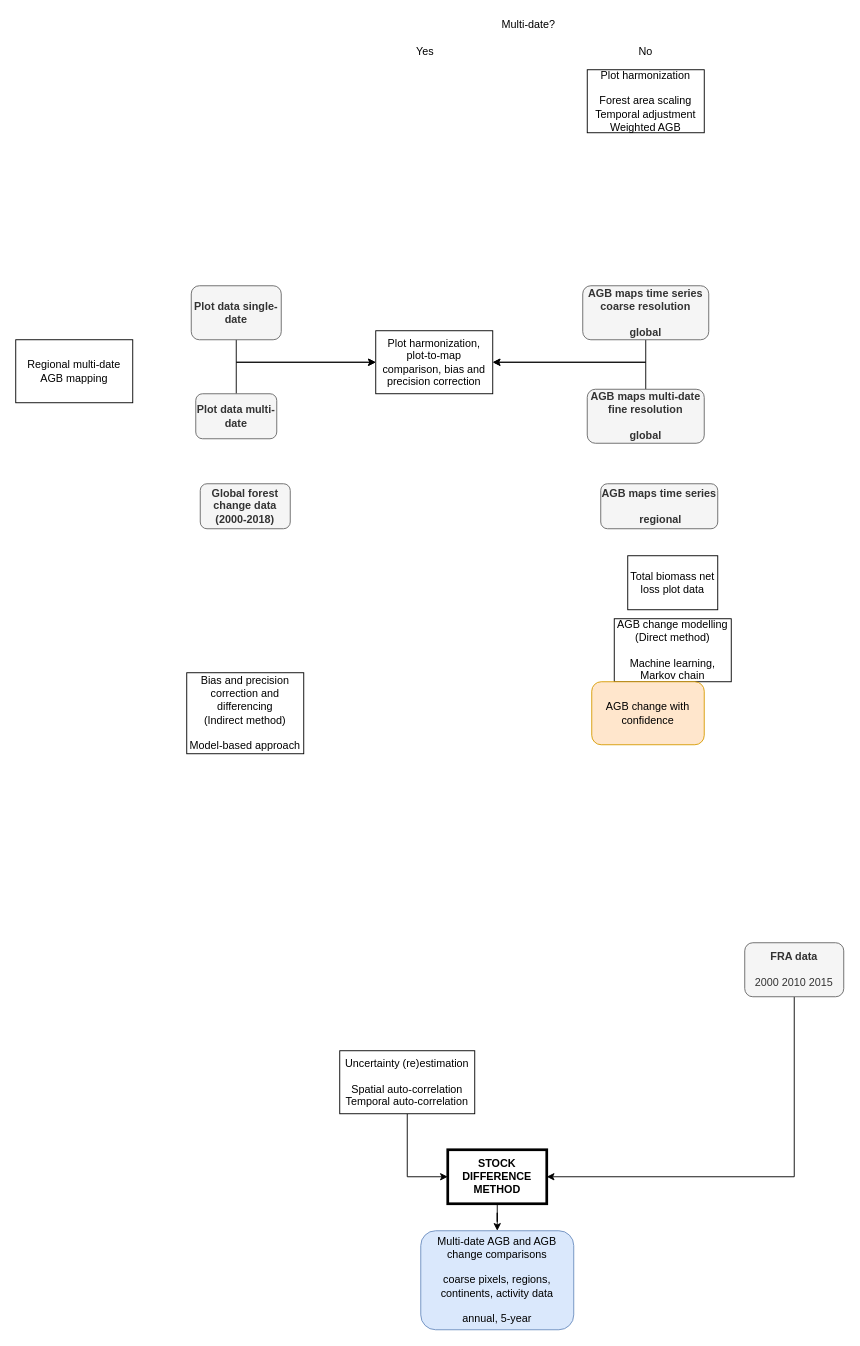
arnanaraza/diagrams keeps this draw.io diagram as AGBC_simple.drawio. Above is the earlier version. Source tidied: cells renumbered, new cells numbered last; positions are measured from the earlier drawing's top-left corner, leaving out a move shared by most shapes. Both pictures are drawn from the tidied source at 90%, with x=0, y=0 at pixel (15, 15).
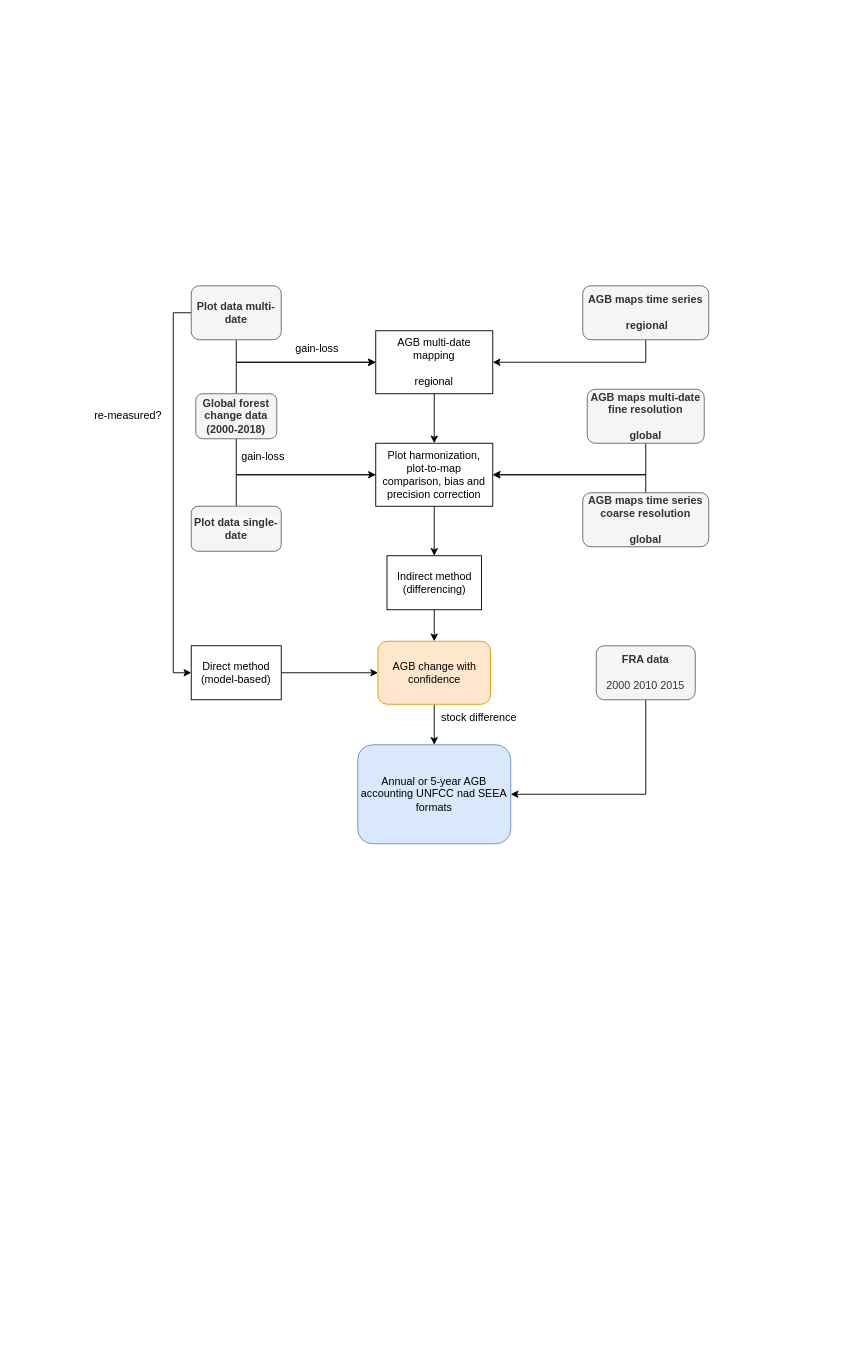
The same diagram, later.

Unchanged cells that the change refers to:
```xml
<mxCell id="27" value="&lt;b&gt;AGB maps multi-date &lt;br&gt;fine resolution&lt;br&gt;&lt;br&gt;global&lt;br&gt;&lt;/b&gt;" style="rounded=1;whiteSpace=wrap;html=1;fillColor=#f5f5f5;strokeColor=#666666;fontColor=#333333;" parent="1" vertex="1">
  <mxGeometry x="635" y="415" width="130" height="60" as="geometry" />
</mxCell>
```

What changed in the source:
```diff
@@
+    <mxCell id="29" style="edgeStyle=orthogonalEdgeStyle;rounded=0;jettySize=auto;html=1;exitX=1;exitY=0.5;exitDx=0;exitDy=0;entryX=0;entryY=0.5;entryDx=0;entryDy=0;endArrow=classic;endFill=1;" parent="1" edge="1" source="2" target="17">
+      <mxGeometry relative="1" as="geometry" />
+    </mxCell>
-    <mxCell id="2" value="AGB change modelling&lt;br&gt;(Direct method)&lt;br&gt;&lt;br&gt;Machine learning, Markov chain" style="rounded=0;whiteSpace=wrap;html=1;" parent="1" vertex="1">
-      <mxGeometry x="665" y="670" width="130" height="70" as="geometry" />
+    <mxCell id="2" value="Direct method (model-based)" style="rounded=0;whiteSpace=wrap;html=1;" parent="1" vertex="1">
+      <mxGeometry x="195" y="700" width="100" height="60" as="geometry" />
     </mxCell>
-    <mxCell id="3" value="&lt;b&gt;AGB maps time series&lt;br&gt;&lt;br&gt;&amp;nbsp;regional&lt;/b&gt;" style="rounded=1;whiteSpace=wrap;html=1;fillColor=#f5f5f5;strokeColor=#666666;fontColor=#333333;" parent="1" vertex="1">
-      <mxGeometry x="650" y="520" width="130" height="50" as="geometry" />
-    </mxCell>
+    <mxCell id="30" style="edgeStyle=orthogonalEdgeStyle;rounded=0;jettySize=auto;html=1;exitX=0.5;exitY=1;exitDx=0;exitDy=0;entryX=0.5;entryY=0;entryDx=0;entryDy=0;endArrow=classic;endFill=1;" parent="1" edge="1" source="4" target="17">
+      <mxGeometry relative="1" as="geometry" />
+    </mxCell>
-    <mxCell id="4" value="Bias and precision correction and differencing &lt;br&gt;(Indirect method)&lt;br&gt;&lt;br&gt;Model-based approach" style="rounded=0;whiteSpace=wrap;html=1;" parent="1" vertex="1">
-      <mxGeometry x="190" y="730" width="130" height="90" as="geometry" />
+    <mxCell id="4" value="Indirect method (differencing)" style="rounded=0;whiteSpace=wrap;html=1;" parent="1" vertex="1">
+      <mxGeometry x="412.5" y="600" width="105" height="60" as="geometry" />
     </mxCell>
@@
+    <mxCell id="31" style="edgeStyle=orthogonalEdgeStyle;rounded=0;jettySize=auto;html=1;exitX=0.5;exitY=1;exitDx=0;exitDy=0;entryX=0;entryY=0.5;entryDx=0;entryDy=0;endArrow=none;endFill=0;" parent="1" edge="1" source="6" target="22">
+      <mxGeometry relative="1" as="geometry" />
+    </mxCell>
-    <mxCell id="6" value="&lt;b&gt;Plot data multi-date&lt;/b&gt;" style="rounded=1;whiteSpace=wrap;html=1;fillColor=#f5f5f5;strokeColor=#666666;fontColor=#333333;" parent="1" vertex="1">
+    <mxCell id="6" value="&lt;b&gt;Global forest change data (2000-2018)&lt;/b&gt;" style="rounded=1;whiteSpace=wrap;html=1;fillColor=#f5f5f5;strokeColor=#666666;fontColor=#333333;" parent="1" vertex="1">
       <mxGeometry x="200" y="420" width="90" height="50" as="geometry" />
     </mxCell>
-    <mxCell id="7" style="edgeStyle=orthogonalEdgeStyle;rounded=0;jettySize=auto;html=1;exitX=0.5;exitY=1;exitDx=0;exitDy=0;entryX=1;entryY=0.5;entryDx=0;entryDy=0;" parent="1" edge="1" source="8" target="13">
-      <mxGeometry relative="1" as="geometry" />
-    </mxCell>
+    <mxCell id="32" style="edgeStyle=orthogonalEdgeStyle;rounded=0;jettySize=auto;html=1;exitX=0.5;exitY=1;exitDx=0;exitDy=0;entryX=1;entryY=0.5;entryDx=0;entryDy=0;endArrow=classic;endFill=1;" parent="1" edge="1" source="8" target="11">
+      <mxGeometry relative="1" as="geometry" />
+    </mxCell>
     <mxCell id="8" value="&lt;b&gt;FRA data&lt;br&gt;&lt;/b&gt;&lt;br&gt;2000 2010 2015" style="rounded=1;whiteSpace=wrap;html=1;fillColor=#f5f5f5;strokeColor=#666666;fontColor=#333333;" parent="1" vertex="1">
-      <mxGeometry x="810" y="1030" width="110" height="60" as="geometry" />
+      <mxGeometry x="645" y="700" width="110" height="60" as="geometry" />
     </mxCell>
-    <mxCell id="9" style="edgeStyle=orthogonalEdgeStyle;rounded=0;jettySize=auto;html=1;exitX=0.5;exitY=1;exitDx=0;exitDy=0;entryX=0;entryY=0.5;entryDx=0;entryDy=0;" parent="1" edge="1" source="10" target="13">
-      <mxGeometry relative="1" as="geometry" />
-    </mxCell>
-    <mxCell id="10" value="Uncertainty (re)estimation&lt;br&gt;&lt;br&gt;Spatial auto-correlation&lt;br&gt;Temporal auto-correlation" style="rounded=0;whiteSpace=wrap;html=1;" parent="1" vertex="1">
-      <mxGeometry x="360" y="1150" width="150" height="70" as="geometry" />
-    </mxCell>
-    <mxCell id="11" value="Multi-date AGB and AGB change comparisons&lt;br&gt;&lt;br&gt;coarse pixels, regions, continents, activity data&lt;br&gt;&lt;br&gt;annual, 5-year" style="rounded=1;whiteSpace=wrap;html=1;fillColor=#dae8fc;strokeColor=#6c8ebf;" parent="1" vertex="1">
-      <mxGeometry x="450" y="1350" width="170" height="110" as="geometry" />
+    <mxCell id="11" value="Annual or 5-year AGB accounting UNFCC nad SEEA formats" style="rounded=1;whiteSpace=wrap;html=1;fillColor=#dae8fc;strokeColor=#6c8ebf;" parent="1" vertex="1">
+      <mxGeometry x="380" y="810" width="170" height="110" as="geometry" />
     </mxCell>
-    <mxCell id="12" style="edgeStyle=orthogonalEdgeStyle;rounded=0;jettySize=auto;html=1;exitX=0.5;exitY=1;exitDx=0;exitDy=0;" parent="1" edge="1" source="13" target="11">
-      <mxGeometry relative="1" as="geometry" />
-    </mxCell>
-    <mxCell id="13" value="STOCK DIFFERENCE METHOD" style="rounded=0;whiteSpace=wrap;html=1;fontStyle=1;strokeWidth=3;" parent="1" vertex="1">
-      <mxGeometry x="480" y="1260" width="110" height="60" as="geometry" />
-    </mxCell>
-    <mxCell id="14" value="Plot harmonization&lt;br&gt;&lt;br&gt;Forest area scaling&lt;br&gt;Temporal adjustment&lt;br&gt;Weighted AGB" style="rounded=0;whiteSpace=wrap;html=1;" parent="1" vertex="1">
-      <mxGeometry x="635" y="60" width="130" height="70" as="geometry" />
-    </mxCell>
@@
+    <mxCell id="33" style="edgeStyle=orthogonalEdgeStyle;rounded=0;jettySize=auto;html=1;exitX=0;exitY=0.5;exitDx=0;exitDy=0;entryX=0;entryY=0.5;entryDx=0;entryDy=0;endArrow=classic;endFill=1;" parent="1" edge="1" source="16" target="2">
+      <mxGeometry relative="1" as="geometry" />
+    </mxCell>
-    <mxCell id="16" value="&lt;b&gt;Plot data single-date&lt;/b&gt;" style="rounded=1;whiteSpace=wrap;html=1;fillColor=#f5f5f5;strokeColor=#666666;fontColor=#333333;" parent="1" vertex="1">
+    <mxCell id="16" value="&lt;b style=&quot;font-family: &amp;#34;helvetica&amp;#34;&quot;&gt;Plot data multi-date&lt;/b&gt;" style="rounded=1;whiteSpace=wrap;html=1;fillColor=#f5f5f5;strokeColor=#666666;fontColor=#333333;" parent="1" vertex="1">
       <mxGeometry x="195" y="300" width="100" height="60" as="geometry" />
     </mxCell>
+    <mxCell id="34" style="edgeStyle=orthogonalEdgeStyle;rounded=0;jettySize=auto;html=1;exitX=0.5;exitY=1;exitDx=0;exitDy=0;entryX=0.5;entryY=0;entryDx=0;entryDy=0;endArrow=classic;endFill=1;" parent="1" edge="1" source="17" target="11">
+      <mxGeometry relative="1" as="geometry" />
+    </mxCell>
     <mxCell id="17" value="AGB change with confidence" style="rounded=1;whiteSpace=wrap;html=1;fillColor=#ffe6cc;strokeColor=#d79b00;" parent="1" vertex="1">
-      <mxGeometry x="640" y="740" width="125" height="70" as="geometry" />
+      <mxGeometry x="402.5" y="695" width="125" height="70" as="geometry" />
     </mxCell>
+    <mxCell id="35" style="edgeStyle=orthogonalEdgeStyle;rounded=0;jettySize=auto;html=1;exitX=0.5;exitY=0;exitDx=0;exitDy=0;entryX=0;entryY=0.5;entryDx=0;entryDy=0;endArrow=classic;endFill=1;" parent="1" edge="1" source="18" target="22">
+      <mxGeometry relative="1" as="geometry" />
+    </mxCell>
-    <mxCell id="18" value="&lt;b&gt;Global forest change data (2000-2018)&lt;/b&gt;" style="rounded=1;whiteSpace=wrap;html=1;fillColor=#f5f5f5;strokeColor=#666666;fontColor=#333333;" parent="1" vertex="1">
-      <mxGeometry x="205" y="520" width="100" height="50" as="geometry" />
+    <mxCell id="18" value="&lt;b style=&quot;color: rgb(51 , 51 , 51) ; font-family: &amp;#34;helvetica&amp;#34; ; font-size: 12px ; font-style: normal ; letter-spacing: normal ; text-align: center ; text-indent: 0px ; text-transform: none ; word-spacing: 0px ; background-color: rgb(248 , 249 , 250)&quot;&gt;Plot data single-date&lt;/b&gt;" style="rounded=1;whiteSpace=wrap;html=1;fillColor=#f5f5f5;strokeColor=#666666;fontColor=#333333;" parent="1" vertex="1">
+      <mxGeometry x="195" y="545" width="100" height="50" as="geometry" />
     </mxCell>
-    <mxCell id="19" value="Total biomass net loss plot data" style="rounded=0;whiteSpace=wrap;html=1;" parent="1" vertex="1">
-      <mxGeometry x="680" y="600" width="100" height="60" as="geometry" />
-    </mxCell>
-    <mxCell id="20" value="Multi-date?" style="text;html=1;strokeColor=none;fillColor=none;align=center;verticalAlign=middle;whiteSpace=wrap;rounded=0;" parent="1" vertex="1">
-      <mxGeometry x="520" width="100" height="20" as="geometry" />
-    </mxCell>
-    <mxCell id="21" value="No" style="text;html=1;strokeColor=none;fillColor=none;align=center;verticalAlign=middle;whiteSpace=wrap;rounded=0;" parent="1" vertex="1">
-      <mxGeometry x="680" y="30" width="40" height="20" as="geometry" />
-    </mxCell>
+    <mxCell id="36" style="edgeStyle=orthogonalEdgeStyle;rounded=0;jettySize=auto;html=1;exitX=0.5;exitY=1;exitDx=0;exitDy=0;entryX=0.5;entryY=0;entryDx=0;entryDy=0;endArrow=classic;endFill=1;" parent="1" edge="1" source="22" target="4">
+      <mxGeometry relative="1" as="geometry" />
+    </mxCell>
-    <mxCell id="22" value="Regional multi-date AGB mapping" style="rounded=0;whiteSpace=wrap;html=1;" parent="1" vertex="1">
-      <mxGeometry y="360" width="130" height="70" as="geometry" />
+    <mxCell id="22" value="Plot harmonization, plot-to-map comparison, bias and precision correction" style="rounded=0;whiteSpace=wrap;html=1;" parent="1" vertex="1">
+      <mxGeometry x="400" y="475" width="130" height="70" as="geometry" />
     </mxCell>
-    <mxCell id="23" value="Yes" style="text;html=1;strokeColor=none;fillColor=none;align=center;verticalAlign=middle;whiteSpace=wrap;rounded=0;" parent="1" vertex="1">
-      <mxGeometry x="435" y="30" width="40" height="20" as="geometry" />
-    </mxCell>
@@
-    <mxCell id="25" value="&lt;b&gt;AGB maps time series &lt;br&gt;coarse resolution&lt;br&gt;&lt;br&gt;global&lt;br&gt;&lt;/b&gt;" style="rounded=1;whiteSpace=wrap;html=1;fillColor=#f5f5f5;strokeColor=#666666;fontColor=#333333;" parent="1" vertex="1">
+    <mxCell id="25" value="&lt;b&gt;AGB maps time series&lt;br&gt;&lt;br&gt;&amp;nbsp;regional&lt;/b&gt;&lt;b&gt;&lt;br&gt;&lt;/b&gt;" style="rounded=1;whiteSpace=wrap;html=1;fillColor=#f5f5f5;strokeColor=#666666;fontColor=#333333;" parent="1" vertex="1">
       <mxGeometry x="630" y="300" width="140" height="60" as="geometry" />
     </mxCell>
-    <mxCell id="26" style="edgeStyle=orthogonalEdgeStyle;rounded=0;jettySize=auto;html=1;exitX=0.5;exitY=0;exitDx=0;exitDy=0;entryX=1;entryY=0.5;entryDx=0;entryDy=0;" parent="1" edge="1" source="27" target="28">
-      <mxGeometry relative="1" as="geometry" />
-    </mxCell>
+    <mxCell id="37" style="edgeStyle=orthogonalEdgeStyle;rounded=0;jettySize=auto;html=1;exitX=0.5;exitY=1;exitDx=0;exitDy=0;entryX=1;entryY=0.5;entryDx=0;entryDy=0;endArrow=classic;endFill=1;" parent="1" edge="1" source="27" target="22">
+      <mxGeometry relative="1" as="geometry" />
+    </mxCell>
@@
+    <mxCell id="38" style="edgeStyle=orthogonalEdgeStyle;rounded=0;jettySize=auto;html=1;endArrow=classic;endFill=1;" parent="1" edge="1" source="28" target="22">
+      <mxGeometry relative="1" as="geometry" />
+    </mxCell>
-    <mxCell id="28" value="Plot harmonization, plot-to-map comparison, bias and precision correction" style="rounded=0;whiteSpace=wrap;html=1;" parent="1" vertex="1">
+    <mxCell id="28" value="AGB multi-date mapping&lt;br&gt;&lt;br&gt;regional" style="rounded=0;whiteSpace=wrap;html=1;" parent="1" vertex="1">
       <mxGeometry x="400" y="350" width="130" height="70" as="geometry" />
     </mxCell>
+    <mxCell id="39" value="gain-loss" style="text;html=1;strokeColor=none;fillColor=none;align=center;verticalAlign=middle;whiteSpace=wrap;rounded=0;" parent="1" vertex="1">
+      <mxGeometry x="230" y="480" width="90" height="20" as="geometry" />
+    </mxCell>
+    <mxCell id="40" value="gain-loss" style="text;html=1;strokeColor=none;fillColor=none;align=center;verticalAlign=middle;whiteSpace=wrap;rounded=0;" parent="1" vertex="1">
+      <mxGeometry x="290" y="360" width="90" height="20" as="geometry" />
+    </mxCell>
+    <mxCell id="41" style="edgeStyle=orthogonalEdgeStyle;rounded=0;jettySize=auto;html=1;exitX=0.5;exitY=0;exitDx=0;exitDy=0;entryX=1;entryY=0.5;entryDx=0;entryDy=0;endArrow=classic;endFill=1;" parent="1" edge="1" source="42" target="22">
+      <mxGeometry relative="1" as="geometry" />
+    </mxCell>
+    <mxCell id="42" value="&lt;b&gt;AGB maps time series &lt;br&gt;coarse resolution&lt;br&gt;&lt;br&gt;global&lt;br&gt;&lt;/b&gt;" style="rounded=1;whiteSpace=wrap;html=1;fillColor=#f5f5f5;strokeColor=#666666;fontColor=#333333;" parent="1" vertex="1">
+      <mxGeometry x="630" y="530" width="140" height="60" as="geometry" />
+    </mxCell>
+    <mxCell id="43" value="re-measured?" style="text;html=1;strokeColor=none;fillColor=none;align=center;verticalAlign=middle;whiteSpace=wrap;rounded=0;" parent="1" vertex="1">
+      <mxGeometry x="80" y="435" width="90" height="20" as="geometry" />
+    </mxCell>
+    <mxCell id="44" value="stock difference" style="text;html=1;strokeColor=none;fillColor=none;align=center;verticalAlign=middle;whiteSpace=wrap;rounded=0;" parent="1" vertex="1">
+      <mxGeometry x="470" y="770" width="90" height="20" as="geometry" />
+    </mxCell>
```
